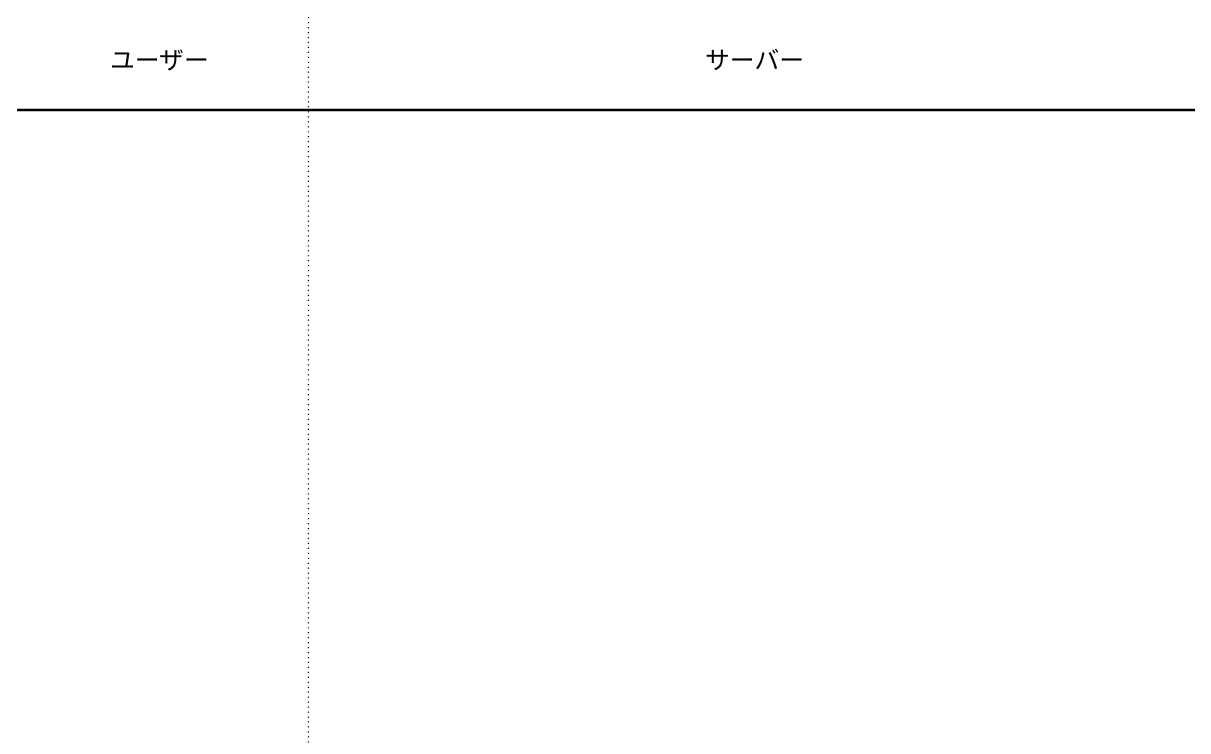
Before: ドメイン/模擬戦/模擬戦の作成.drawio in SatoShun0302/valkyrie-system-document, a draw.io diagram. Source tidied: cells renumbered, new cells numbered last; positions are measured from the earlier drawing's top-left corner, leaving out a move shared by most shapes. Both pictures are drawn from the tidied source at 62%, with x=0, y=0 at pixel (11, 11).
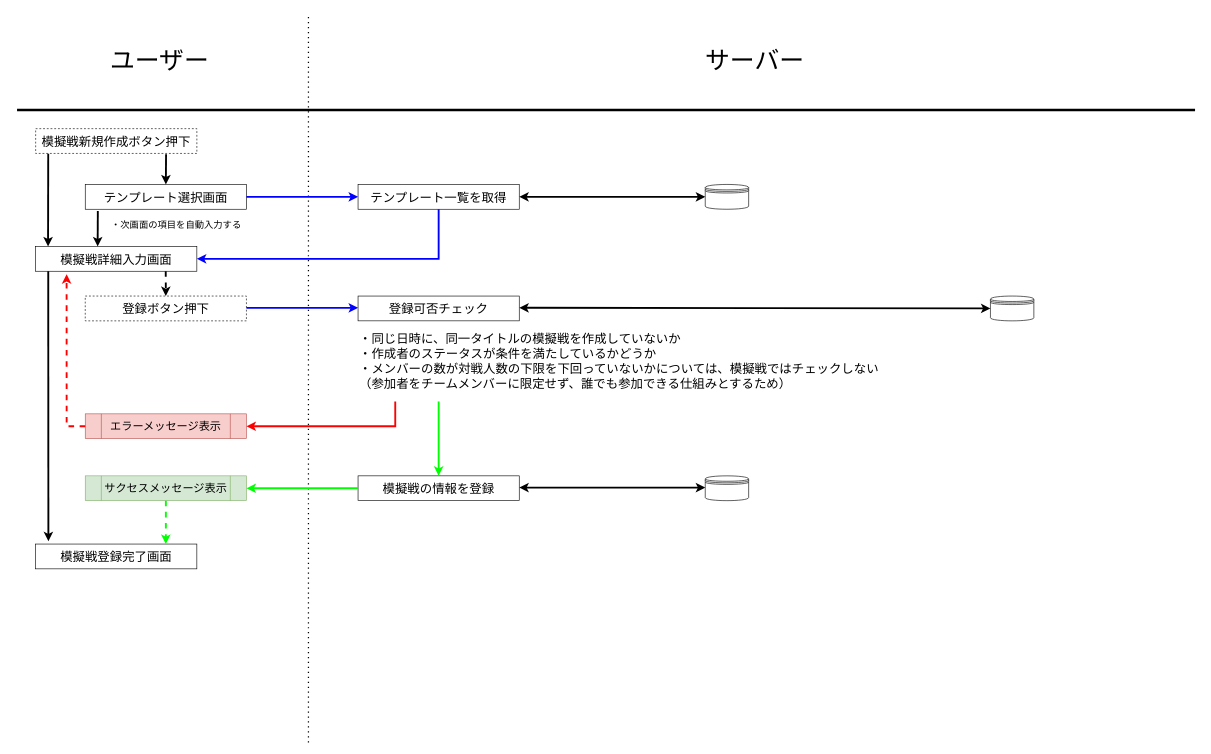
The same diagram, later.

Commit message:
Update 模擬戦の作成.drawio

Diff of the diagram source:
```diff
@@
+    <mxCell id="6" value="模擬戦新規作成ボタン押下" style="rounded=0;whiteSpace=wrap;html=1;fontSize=20;dashed=1;" parent="1" vertex="1">
+      <mxGeometry x="40" y="190" width="260" height="40" as="geometry" />
+    </mxCell>
+    <mxCell id="7" value="テンプレート選択画面" style="rounded=0;whiteSpace=wrap;html=1;fontSize=20;" parent="1" vertex="1">
+      <mxGeometry x="120" y="280" width="260" height="40" as="geometry" />
+    </mxCell>
+    <mxCell id="8" style="endArrow=classic;html=1;rounded=0;fontSize=20;strokeColor=#000000;strokeWidth=3;entryX=0.5;entryY=0;entryDx=0;entryDy=0;exitX=0.809;exitY=1.029;exitDx=0;exitDy=0;exitPerimeter=0;" parent="1" edge="1" source="6" target="7">
+      <mxGeometry relative="1" as="geometry" />
+    </mxCell>
+    <mxCell id="9" value="模擬戦詳細入力画面" style="rounded=0;whiteSpace=wrap;html=1;fontSize=20;" parent="1" vertex="1">
+      <mxGeometry x="40" y="380" width="260" height="40" as="geometry" />
+    </mxCell>
+    <mxCell id="10" style="endArrow=classic;html=1;rounded=0;fontSize=20;strokeColor=#000000;strokeWidth=3;entryX=0.077;entryY=0;entryDx=0;entryDy=0;entryPerimeter=0;exitX=0.078;exitY=1.014;exitDx=0;exitDy=0;exitPerimeter=0;" parent="1" edge="1" source="6" target="9">
+      <mxGeometry relative="1" as="geometry" />
+    </mxCell>
+    <mxCell id="11" style="endArrow=classic;html=1;rounded=0;fontSize=20;strokeColor=#000000;strokeWidth=3;entryX=0.5;entryY=0;entryDx=0;entryDy=0;exitX=0.078;exitY=1.072;exitDx=0;exitDy=0;exitPerimeter=0;" parent="1" edge="1" source="7">
+      <mxGeometry relative="1" as="geometry">
+        <mxPoint x="140" y="380" as="targetPoint" />
+      </mxGeometry>
+    </mxCell>
+    <mxCell id="12" value="・次画面の項目を自動入力する" style="text;html=1;strokeColor=none;fillColor=none;align=left;verticalAlign=middle;whiteSpace=wrap;rounded=0;fontSize=15;" parent="1" vertex="1">
+      <mxGeometry x="160" y="330" width="330" height="30" as="geometry" />
+    </mxCell>
+    <mxCell id="13" value="テンプレート一覧を取得" style="rounded=0;whiteSpace=wrap;html=1;fontSize=20;" parent="1" vertex="1">
+      <mxGeometry x="560" y="280" width="260" height="40" as="geometry" />
+    </mxCell>
+    <mxCell id="14" style="endArrow=classic;html=1;rounded=0;fontSize=15;strokeColor=#0000FF;strokeWidth=3;exitX=1;exitY=0.5;exitDx=0;exitDy=0;entryX=0;entryY=0.5;entryDx=0;entryDy=0;" parent="1" edge="1" source="7" target="13">
+      <mxGeometry relative="1" as="geometry" />
+    </mxCell>
+    <mxCell id="15" style="shape=datastore;whiteSpace=wrap;html=1;fontSize=15;" parent="1" vertex="1">
+      <mxGeometry x="1120" y="280" width="70" height="40" as="geometry" />
+    </mxCell>
+    <mxCell id="16" style="endArrow=classic;startArrow=classic;html=1;rounded=0;fontSize=15;strokeColor=#000000;strokeWidth=3;exitX=1;exitY=0.5;exitDx=0;exitDy=0;entryX=0;entryY=0.5;entryDx=0;entryDy=0;" parent="1" edge="1" source="13" target="15">
+      <mxGeometry relative="1" as="geometry" />
+    </mxCell>
+    <mxCell id="17" style="endArrow=classic;html=1;rounded=0;fontSize=15;strokeColor=#0000FF;strokeWidth=3;exitX=0.5;exitY=1;exitDx=0;exitDy=0;entryX=1;entryY=0.5;entryDx=0;entryDy=0;" parent="1" edge="1" source="13" target="9">
+      <mxGeometry relative="1" as="geometry">
+        <Array as="points">
+          <mxPoint x="690" y="400" />
+        </Array>
+      </mxGeometry>
+    </mxCell>
+    <mxCell id="18" value="登録ボタン押下" style="rounded=0;whiteSpace=wrap;html=1;fontSize=20;dashed=1;" parent="1" vertex="1">
+      <mxGeometry x="120" y="460" width="260" height="40" as="geometry" />
+    </mxCell>
+    <mxCell id="19" value="登録可否チェック" style="rounded=0;whiteSpace=wrap;html=1;fontSize=20;" parent="1" vertex="1">
+      <mxGeometry x="560" y="460" width="260" height="40" as="geometry" />
+    </mxCell>
+    <mxCell id="20" style="endArrow=classic;html=1;rounded=0;fontSize=15;strokeColor=#0000FF;strokeWidth=3;exitX=1;exitY=0.5;exitDx=0;exitDy=0;entryX=0;entryY=0.5;entryDx=0;entryDy=0;" parent="1" edge="1">
+      <mxGeometry relative="1" as="geometry">
+        <mxPoint x="380" y="479" as="sourcePoint" />
+        <mxPoint x="560" y="479" as="targetPoint" />
+      </mxGeometry>
+    </mxCell>
+    <mxCell id="21" value="・同じ日時に、同一タイトルの模擬戦を作成していないか&lt;br&gt;・作成者のステータスが条件を満たしているかどうか&lt;br&gt;・メンバーの数が対戦人数の下限を下回っていないかについては、模擬戦ではチェックしない&lt;br&gt;（参加者をチームメンバーに限定せず、誰でも参加できる仕組みとするため）" style="text;html=1;strokeColor=none;fillColor=none;align=left;verticalAlign=middle;whiteSpace=wrap;rounded=0;fontSize=20;" parent="1" vertex="1">
+      <mxGeometry x="560" y="550" width="1010" height="30" as="geometry" />
+    </mxCell>
+    <mxCell id="22" value="エラーメッセージ表示" style="shape=process;whiteSpace=wrap;html=1;backgroundOutline=1;fontSize=18;fillColor=#f8cecc;strokeColor=#b85450;" parent="1" vertex="1">
+      <mxGeometry x="120" y="650" width="260" height="40" as="geometry" />
+    </mxCell>
+    <mxCell id="23" style="endArrow=classic;html=1;rounded=0;fontSize=20;strokeColor=#FF0000;strokeWidth=3;entryX=1;entryY=0.5;entryDx=0;entryDy=0;" parent="1" edge="1" target="22">
+      <mxGeometry relative="1" as="geometry">
+        <mxPoint x="620" y="630" as="sourcePoint" />
+        <Array as="points">
+          <mxPoint x="620" y="670" />
+        </Array>
+      </mxGeometry>
+    </mxCell>
+    <mxCell id="24" style="endArrow=classic;html=1;rounded=0;fontSize=20;strokeColor=#FF0000;strokeWidth=3;exitX=0;exitY=0.5;exitDx=0;exitDy=0;entryX=0.192;entryY=1.117;entryDx=0;entryDy=0;entryPerimeter=0;dashed=1;" parent="1" edge="1" source="22" target="9">
+      <mxGeometry relative="1" as="geometry">
+        <Array as="points">
+          <mxPoint x="90" y="670" />
+        </Array>
+      </mxGeometry>
+    </mxCell>
+    <mxCell id="25" style="endArrow=classic;html=1;rounded=0;fontSize=20;strokeColor=#000000;strokeWidth=3;exitX=0.809;exitY=1.029;exitDx=0;exitDy=0;exitPerimeter=0;dashed=1;" parent="1" edge="1">
+      <mxGeometry relative="1" as="geometry">
+        <mxPoint x="249.8" y="420" as="sourcePoint" />
+        <mxPoint x="250" y="460" as="targetPoint" />
+      </mxGeometry>
+    </mxCell>
+    <mxCell id="26" value="模擬戦の情報を登録" style="rounded=0;whiteSpace=wrap;html=1;fontSize=20;" parent="1" vertex="1">
+      <mxGeometry x="560" y="750" width="260" height="40" as="geometry" />
+    </mxCell>
+    <mxCell id="27" style="endArrow=classic;html=1;rounded=0;fontSize=20;strokeColor=#000000;strokeWidth=3;exitX=0.078;exitY=1.014;exitDx=0;exitDy=0;exitPerimeter=0;entryX=0.079;entryY=-0.113;entryDx=0;entryDy=0;entryPerimeter=0;" parent="1" edge="1" target="29">
+      <mxGeometry relative="1" as="geometry">
+        <mxPoint x="60.3" y="420" as="sourcePoint" />
+      </mxGeometry>
+    </mxCell>
+    <mxCell id="28" value="サクセスメッセージ表示" style="shape=process;whiteSpace=wrap;html=1;backgroundOutline=1;fontSize=18;fillColor=#d5e8d4;strokeColor=#82b366;" parent="1" vertex="1">
+      <mxGeometry x="120" y="750" width="260" height="40" as="geometry" />
+    </mxCell>
+    <mxCell id="29" value="模擬戦登録完了画面" style="rounded=0;whiteSpace=wrap;html=1;fontSize=20;" parent="1" vertex="1">
+      <mxGeometry x="40" y="860" width="260" height="40" as="geometry" />
+    </mxCell>
+    <mxCell id="30" style="endArrow=classic;html=1;rounded=0;fontSize=18;strokeColor=#00FF00;strokeWidth=3;entryX=0.5;entryY=0;entryDx=0;entryDy=0;" parent="1" edge="1" target="26">
+      <mxGeometry relative="1" as="geometry">
+        <mxPoint x="690" y="630" as="sourcePoint" />
+      </mxGeometry>
+    </mxCell>
+    <mxCell id="31" style="endArrow=classic;html=1;rounded=0;fontSize=18;strokeColor=#00FF00;strokeWidth=3;entryX=1;entryY=0.5;entryDx=0;entryDy=0;exitX=0;exitY=0.5;exitDx=0;exitDy=0;" parent="1" edge="1" source="26" target="28">
+      <mxGeometry relative="1" as="geometry" />
+    </mxCell>
+    <mxCell id="32" style="endArrow=classic;html=1;rounded=0;fontSize=18;strokeColor=#00FF00;strokeWidth=3;exitX=0.5;exitY=1;exitDx=0;exitDy=0;dashed=1;" parent="1" edge="1" source="28">
+      <mxGeometry relative="1" as="geometry">
+        <mxPoint x="250" y="860" as="targetPoint" />
+      </mxGeometry>
+    </mxCell>
+    <mxCell id="33" style="shape=datastore;whiteSpace=wrap;html=1;fontSize=15;" parent="1" vertex="1">
+      <mxGeometry x="1580" y="460" width="70" height="40" as="geometry" />
+    </mxCell>
+    <mxCell id="34" style="shape=datastore;whiteSpace=wrap;html=1;fontSize=15;" parent="1" vertex="1">
+      <mxGeometry x="1120" y="750" width="70" height="40" as="geometry" />
+    </mxCell>
+    <mxCell id="35" style="endArrow=classic;startArrow=classic;html=1;rounded=0;fontSize=15;strokeColor=#000000;strokeWidth=3;exitX=1;exitY=0.5;exitDx=0;exitDy=0;entryX=0;entryY=0.5;entryDx=0;entryDy=0;" parent="1" edge="1">
+      <mxGeometry relative="1" as="geometry">
+        <mxPoint x="820" y="768.9" as="sourcePoint" />
+        <mxPoint x="1120" y="768.9" as="targetPoint" />
+      </mxGeometry>
+    </mxCell>
+    <mxCell id="36" style="endArrow=classic;startArrow=classic;html=1;rounded=0;fontSize=15;strokeColor=#000000;strokeWidth=3;exitX=1;exitY=0.5;exitDx=0;exitDy=0;entryX=0;entryY=0.5;entryDx=0;entryDy=0;" parent="1" edge="1" target="33">
+      <mxGeometry relative="1" as="geometry">
+        <mxPoint x="820" y="478.9" as="sourcePoint" />
+      </mxGeometry>
+    </mxCell>
```
